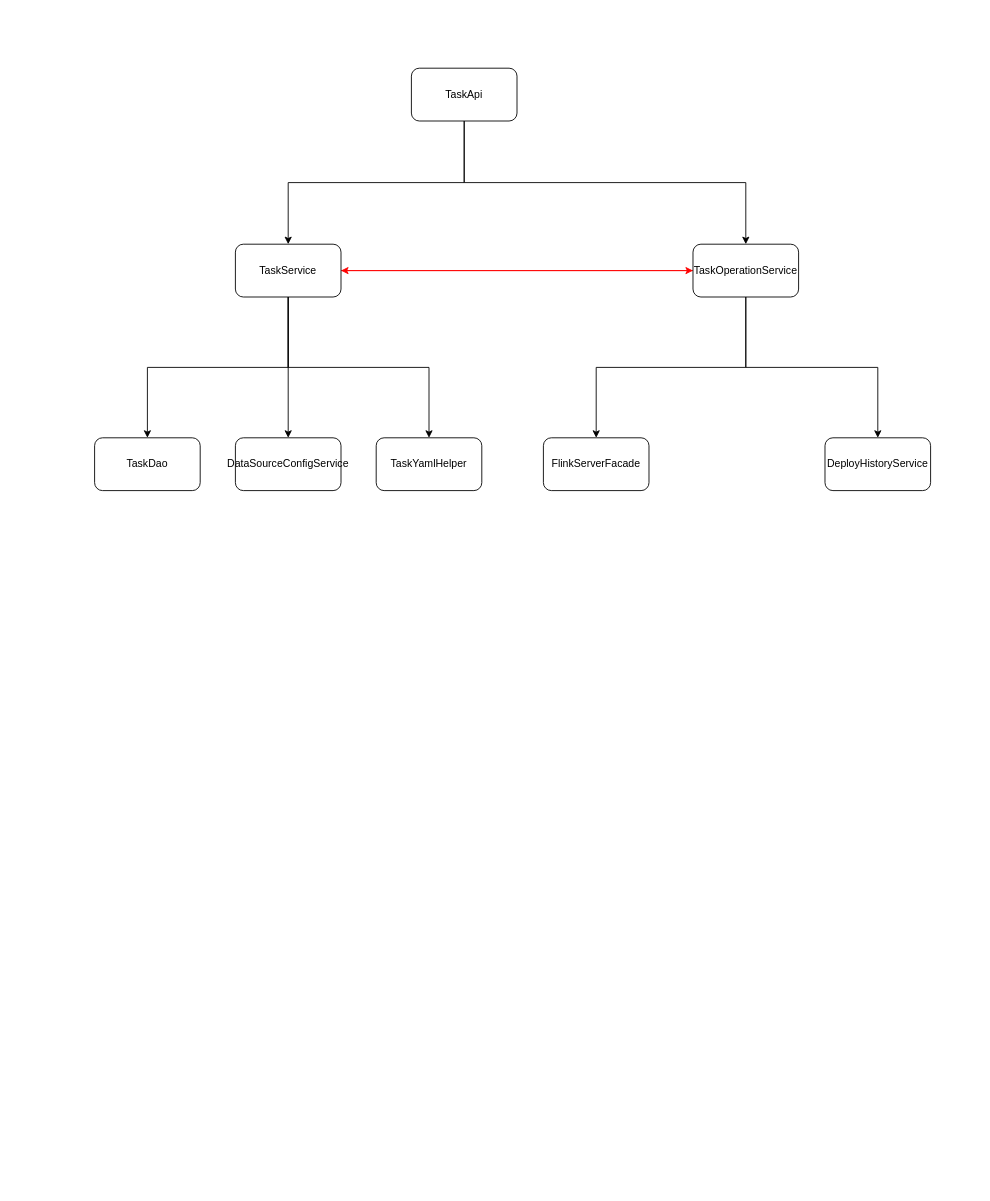
Earlier version of the draw.io diagram 如何解决spring的循环依赖.drawio (tec-cloud/draw.io.repository). Source tidied: cells renumbered, new cells numbered last; positions are measured from the earlier drawing's top-left corner, leaving out a move shared by most shapes. Both pictures are drawn from the tidied source at 88%, with x=0, y=0 at pixel (94, 68).
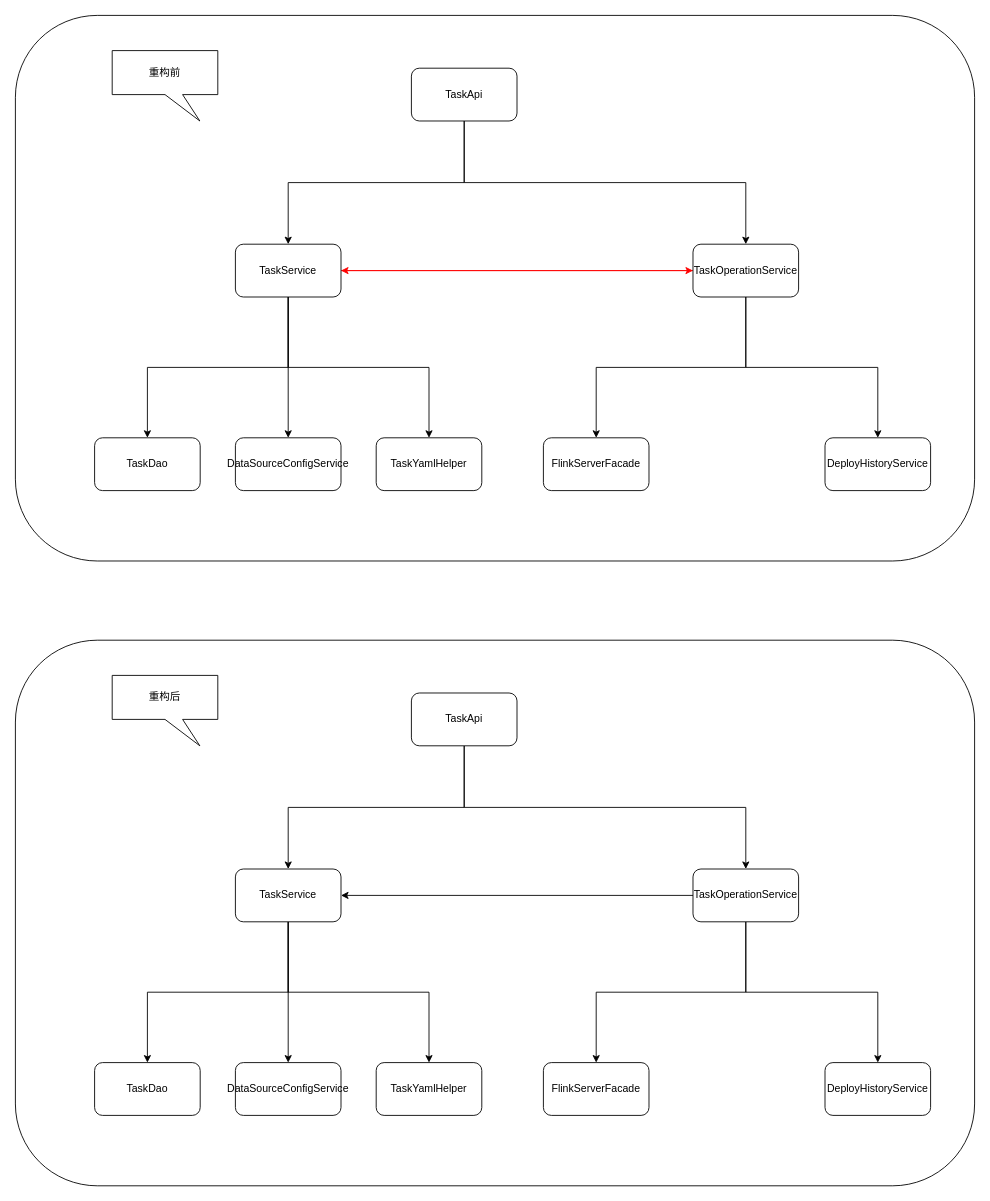
Above is the later version.

Commit message:
仅调整部分依赖冲突的方法，即可解决掉循环依赖

Diff of the diagram source:
```diff
@@
+    <mxCell id="19" style="rounded=1;whiteSpace=wrap;html=1;" parent="1" vertex="1">
+      <mxGeometry x="-90" y="-60" width="1090" height="620" as="geometry" />
+    </mxCell>
@@
+    <mxCell id="20" value="重构前" style="shape=callout;whiteSpace=wrap;html=1;perimeter=calloutPerimeter;position2=0.83;" parent="1" vertex="1">
+      <mxGeometry x="20" y="-20" width="120" height="80" as="geometry" />
+    </mxCell>
+    <mxCell id="21" style="rounded=1;whiteSpace=wrap;html=1;" parent="1" vertex="1">
+      <mxGeometry x="-90" y="650" width="1090" height="620" as="geometry" />
+    </mxCell>
+    <mxCell id="22" style="edgeStyle=orthogonalEdgeStyle;rounded=0;jettySize=auto;html=1;exitX=0.5;exitY=1;exitDx=0;exitDy=0;" parent="1" edge="1" source="24" target="32">
+      <mxGeometry relative="1" as="geometry" />
+    </mxCell>
+    <mxCell id="23" style="edgeStyle=orthogonalEdgeStyle;rounded=0;jettySize=auto;html=1;exitX=0.5;exitY=1;exitDx=0;exitDy=0;entryX=0.5;entryY=0;entryDx=0;entryDy=0;" parent="1" edge="1" source="24" target="28">
+      <mxGeometry relative="1" as="geometry" />
+    </mxCell>
+    <mxCell id="24" value="TaskApi" style="rounded=1;whiteSpace=wrap;html=1;" parent="1" vertex="1">
+      <mxGeometry x="360" y="710" width="120" height="60" as="geometry" />
+    </mxCell>
+    <mxCell id="25" style="edgeStyle=orthogonalEdgeStyle;rounded=0;jettySize=auto;html=1;exitX=0.5;exitY=1;exitDx=0;exitDy=0;" parent="1" edge="1" source="28" target="33">
+      <mxGeometry relative="1" as="geometry" />
+    </mxCell>
+    <mxCell id="26" style="edgeStyle=orthogonalEdgeStyle;rounded=0;jettySize=auto;html=1;exitX=0.5;exitY=1;exitDx=0;exitDy=0;" parent="1" edge="1" source="28" target="34">
+      <mxGeometry relative="1" as="geometry" />
+    </mxCell>
+    <mxCell id="27" style="edgeStyle=orthogonalEdgeStyle;rounded=0;jettySize=auto;html=1;exitX=0.5;exitY=1;exitDx=0;exitDy=0;" parent="1" edge="1" source="28" target="37">
+      <mxGeometry relative="1" as="geometry" />
+    </mxCell>
+    <mxCell id="28" value="TaskService" style="rounded=1;whiteSpace=wrap;html=1;" parent="1" vertex="1">
+      <mxGeometry x="160" y="910" width="120" height="60" as="geometry" />
+    </mxCell>
+    <mxCell id="29" style="edgeStyle=orthogonalEdgeStyle;rounded=0;jettySize=auto;html=1;exitX=0.5;exitY=1;exitDx=0;exitDy=0;" parent="1" edge="1" source="32" target="35">
+      <mxGeometry relative="1" as="geometry" />
+    </mxCell>
+    <mxCell id="30" style="edgeStyle=orthogonalEdgeStyle;rounded=0;jettySize=auto;html=1;exitX=0.5;exitY=1;exitDx=0;exitDy=0;" parent="1" edge="1" source="32" target="36">
+      <mxGeometry relative="1" as="geometry" />
+    </mxCell>
+    <mxCell id="31" style="edgeStyle=orthogonalEdgeStyle;rounded=0;jettySize=auto;html=1;exitX=0;exitY=0.5;exitDx=0;exitDy=0;" parent="1" edge="1" source="32" target="28">
+      <mxGeometry relative="1" as="geometry" />
+    </mxCell>
+    <mxCell id="32" value="TaskOperationService" style="rounded=1;whiteSpace=wrap;html=1;" parent="1" vertex="1">
+      <mxGeometry x="680" y="910" width="120" height="60" as="geometry" />
+    </mxCell>
+    <mxCell id="33" value="TaskDao" style="rounded=1;whiteSpace=wrap;html=1;" parent="1" vertex="1">
+      <mxGeometry y="1130" width="120" height="60" as="geometry" />
+    </mxCell>
+    <mxCell id="34" value="TaskYamlHelper" style="rounded=1;whiteSpace=wrap;html=1;" parent="1" vertex="1">
+      <mxGeometry x="320" y="1130" width="120" height="60" as="geometry" />
+    </mxCell>
+    <mxCell id="35" value="FlinkServerFacade" style="rounded=1;whiteSpace=wrap;html=1;" parent="1" vertex="1">
+      <mxGeometry x="510" y="1130" width="120" height="60" as="geometry" />
+    </mxCell>
+    <mxCell id="36" value="DeployHistoryService" style="rounded=1;whiteSpace=wrap;html=1;" parent="1" vertex="1">
+      <mxGeometry x="830" y="1130" width="120" height="60" as="geometry" />
+    </mxCell>
+    <mxCell id="37" value="DataSourceConfigService" style="rounded=1;whiteSpace=wrap;html=1;" parent="1" vertex="1">
+      <mxGeometry x="160" y="1130" width="120" height="60" as="geometry" />
+    </mxCell>
+    <mxCell id="38" value="重构后" style="shape=callout;whiteSpace=wrap;html=1;perimeter=calloutPerimeter;position2=0.83;" parent="1" vertex="1">
+      <mxGeometry x="20" y="690" width="120" height="80" as="geometry" />
+    </mxCell>
```
